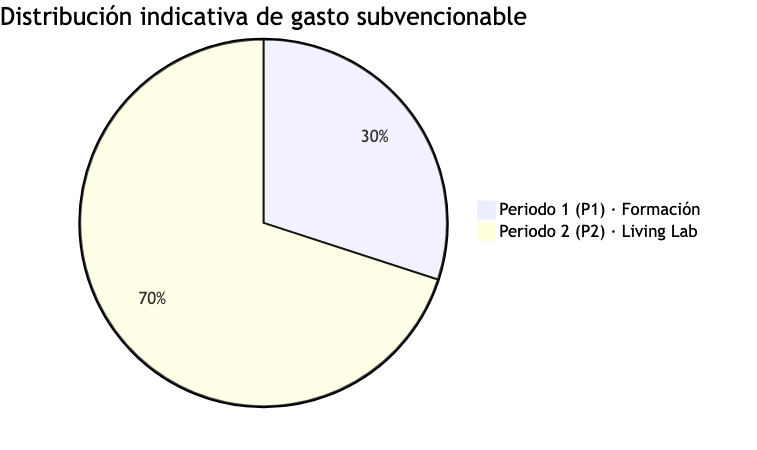
elgeografo/neb-alcarria keeps this Mermaid diagram as build/NEB-ALCARRIA_img/diagram_02.png. Above is the earlier version. Its source is kept beside it as build/NEB-ALCARRIA_img/diagram_02.mmd. The source it was exported from:
```mermaid
pie title Distribución indicativa de gasto subvencionable
    "Periodo 1 (P1) · Formación" : 30
    "Periodo 2 (P2) · Living Lab" : 70
```
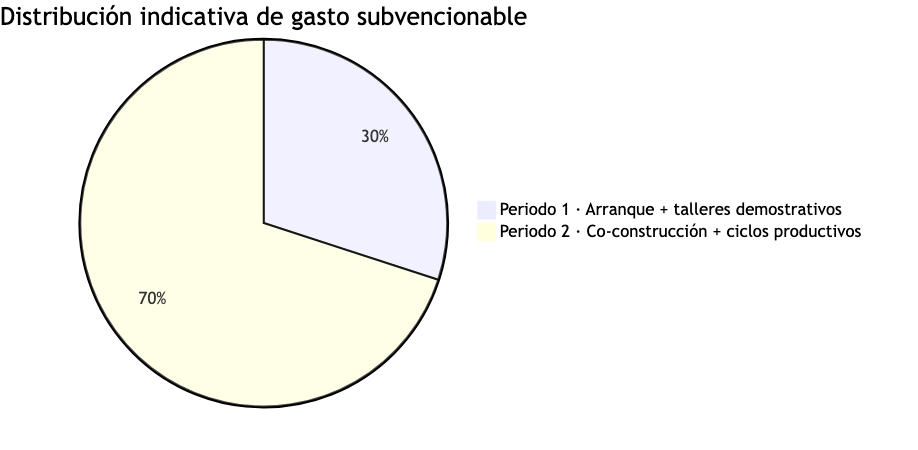
After the commit.

The edit, as a diff of the source:
```diff
@@ -1,3 +1,3 @@
 pie title Distribución indicativa de gasto subvencionable
-    "Periodo 1 (P1) · Formación" : 30
-    "Periodo 2 (P2) · Living Lab" : 70
+    "Periodo 1 · Arranque + talleres demostrativos" : 30
+    "Periodo 2 · Co-construcción + ciclos productivos" : 70
```
